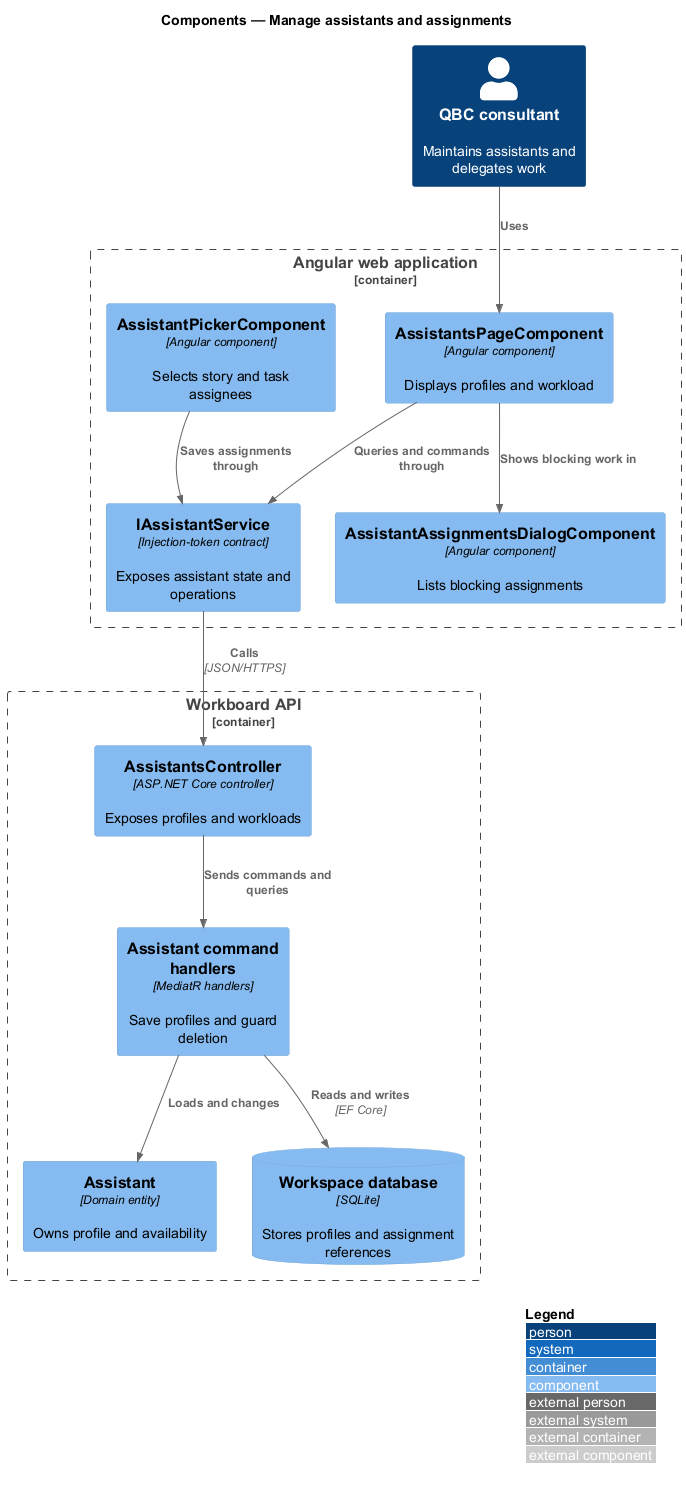
Earlier version of the PlantUML export docs/detailed-designs/work-items/manage-assistants-and-assignments/diagrams/c4-component.png (QuinntyneBrown/quinntyne-brown-consulting). Its diagram source:
```plantuml
@startuml
!include <C4/C4_Component>
LAYOUT_WITH_LEGEND()
title Components — Manage assistants and assignments

Person(consultant, "QBC consultant", "Maintains assistants and delegates work")
Container_Boundary(spa, "Angular web application") {
  Component(page, "AssistantsPageComponent", "Angular component", "Displays profiles and workload")
  Component(picker, "AssistantPickerComponent", "Angular component", "Selects story and task assignees")
  Component(dialog, "AssistantAssignmentsDialogComponent", "Angular component", "Lists blocking assignments")
  Component(service, "IAssistantService", "Injection-token contract", "Exposes assistant state and operations")
}
Container_Boundary(api, "Workboard API") {
  Component(controller, "AssistantsController", "ASP.NET Core controller", "Exposes profiles and workloads")
  Component(handlers, "Assistant command handlers", "MediatR handlers", "Save profiles and guard deletion")
  Component(domain, "Assistant", "Domain entity", "Owns profile and availability")
  ComponentDb(db, "Workspace database", "SQLite", "Stores profiles and assignment references")
}

Rel(consultant, page, "Uses")
Rel(page, dialog, "Shows blocking work in")
Rel(picker, service, "Saves assignments through")
Rel(page, service, "Queries and commands through")
Rel(service, controller, "Calls", "JSON/HTTPS")
Rel(controller, handlers, "Sends commands and queries")
Rel(handlers, domain, "Loads and changes")
Rel(handlers, db, "Reads and writes", "EF Core")
@enduml
```
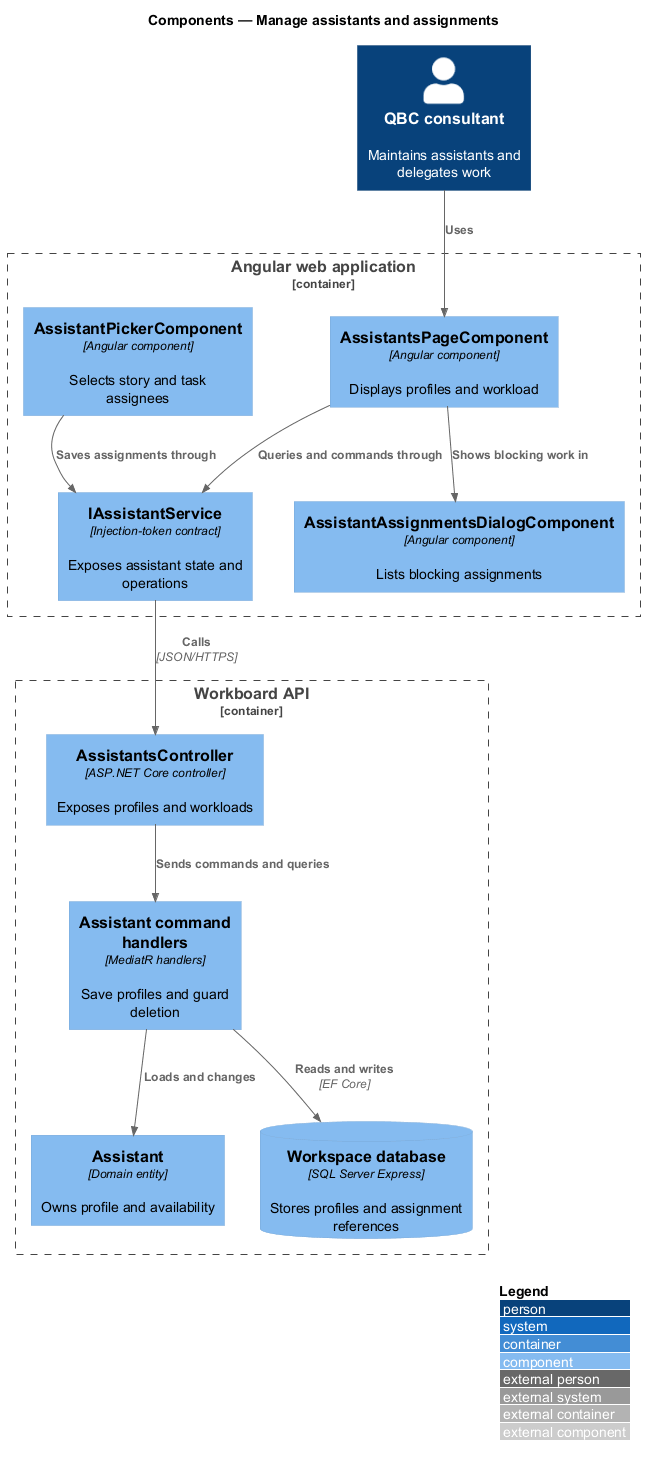
The same diagram one commit later.

Diff of the diagram source:
```diff
@@ -14,7 +14,7 @@
   Component(controller, "AssistantsController", "ASP.NET Core controller", "Exposes profiles and workloads")
   Component(handlers, "Assistant command handlers", "MediatR handlers", "Save profiles and guard deletion")
   Component(domain, "Assistant", "Domain entity", "Owns profile and availability")
-  ComponentDb(db, "Workspace database", "SQLite", "Stores profiles and assignment references")
+  ComponentDb(db, "Workspace database", "SQL Server Express", "Stores profiles and assignment references")
 }
 
 Rel(consultant, page, "Uses")
```
